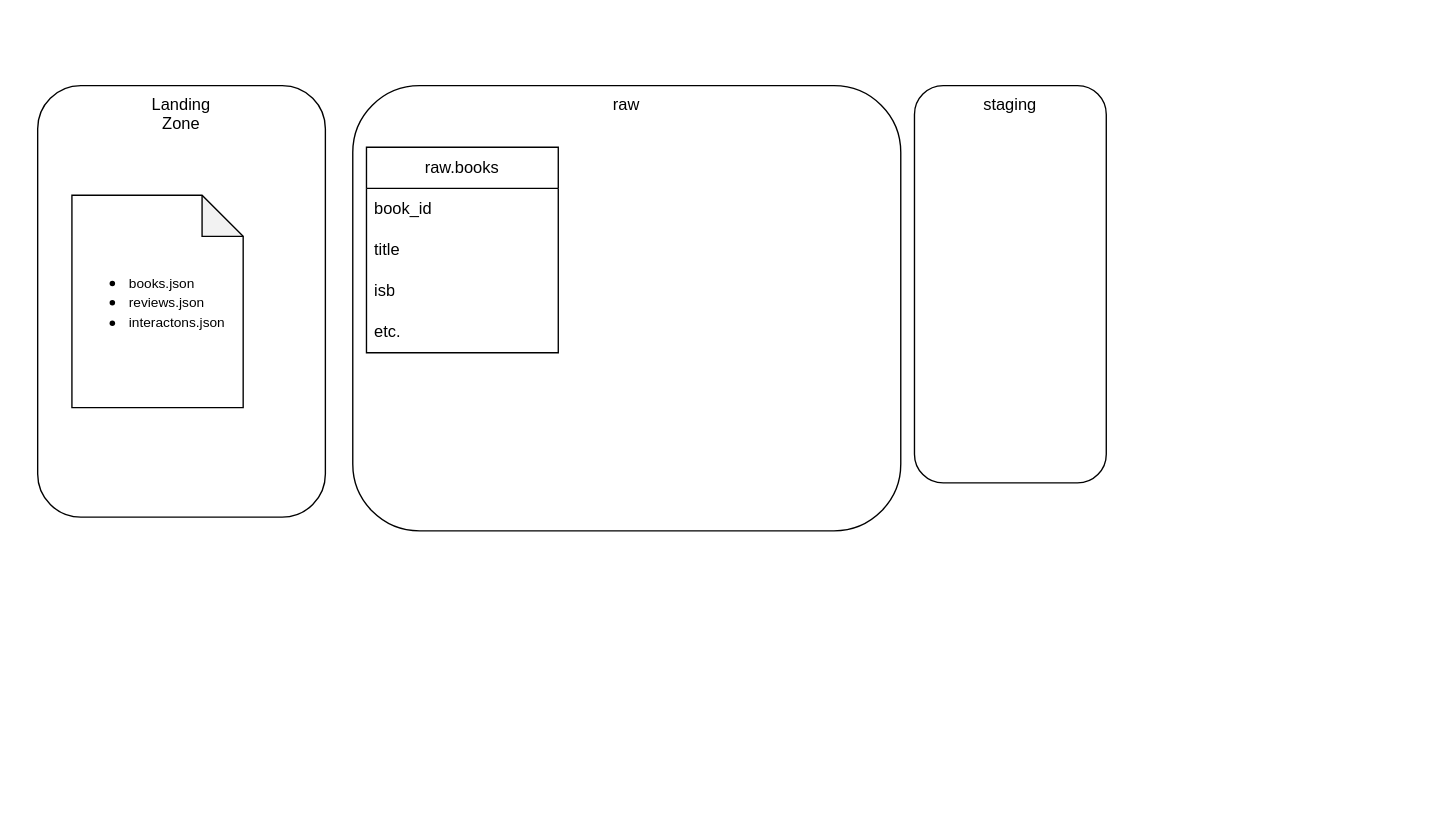
This is diagrams/architecture_duckdb.drawio from Waldchiller/duck_dwh, a draw.io file, before an edit. Source tidied: cells renumbered, new cells numbered last; positions are measured from the earlier drawing's top-left corner, leaving out a move shared by most shapes. Both pictures are drawn from the tidied source at 137%, with x=0, y=0 at pixel (37, 85). Pictures stored in the file or linked from it are replaced by grey dashed boxes.
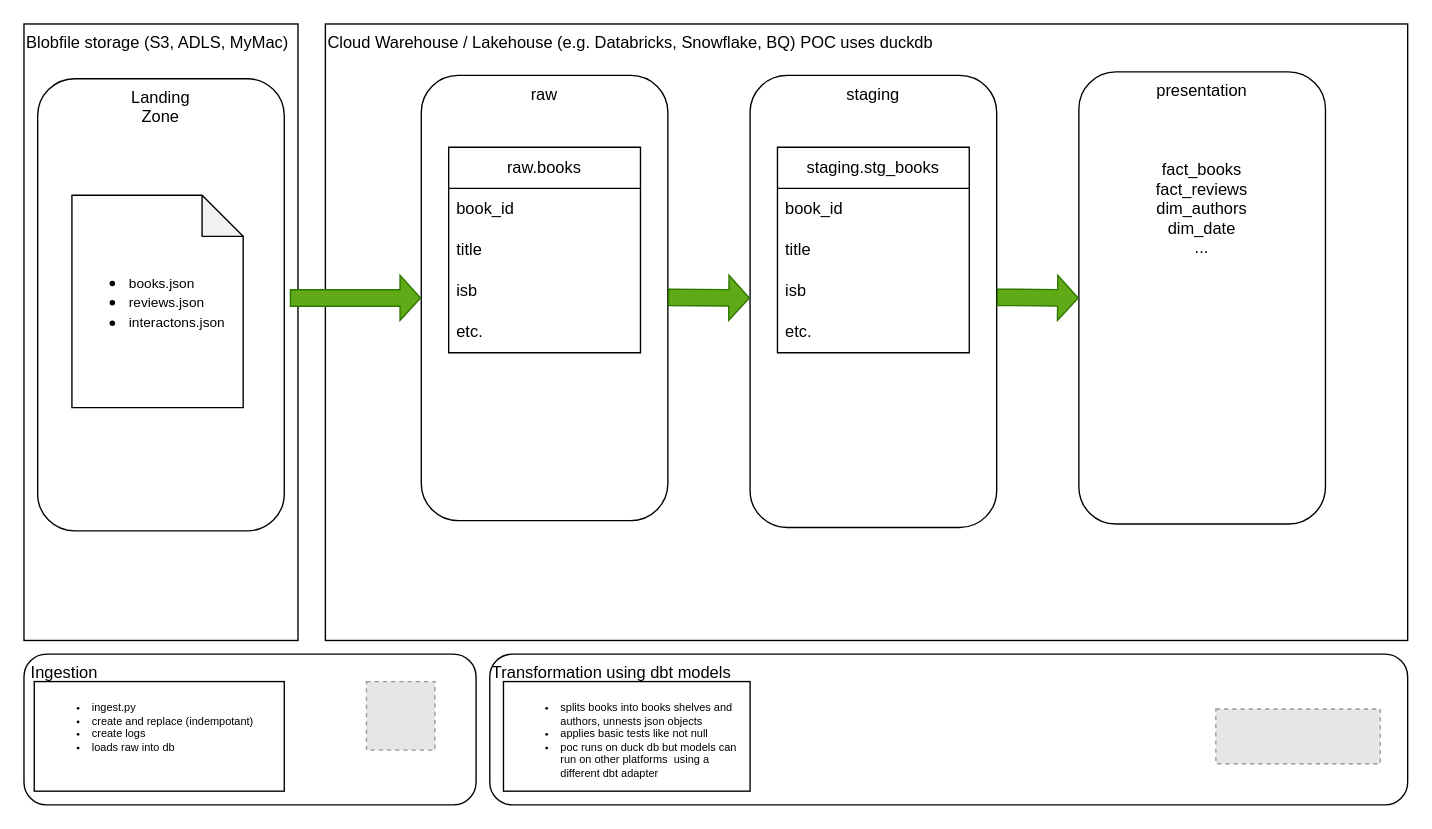
The same diagram, later.

Change to the diagram source:
```diff
@@
+    <mxCell id="11" value="Blobfile storage (S3, ADLS, MyMac)" style="rounded=0;whiteSpace=wrap;html=1;verticalAlign=top;align=left;" parent="1" vertex="1">
+      <mxGeometry x="-10" y="-45" width="200" height="450" as="geometry" />
+    </mxCell>
+    <mxCell id="12" value="Transformation using dbt models" style="rounded=1;whiteSpace=wrap;html=1;align=left;verticalAlign=top;" parent="1" vertex="1">
+      <mxGeometry x="330" y="415" width="670" height="110" as="geometry" />
+    </mxCell>
+    <mxCell id="13" value="Cloud Warehouse / Lakehouse (e.g. Databricks, Snowflake, BQ) POC uses duckdb" style="rounded=0;whiteSpace=wrap;html=1;verticalAlign=top;align=left;" parent="1" vertex="1">
+      <mxGeometry x="210" y="-45" width="790" height="450" as="geometry" />
+    </mxCell>
     <mxCell id="2" value="Landing&lt;div&gt;Zone&lt;/div&gt;" style="rounded=1;whiteSpace=wrap;html=1;verticalAlign=top;" parent="1" vertex="1">
-      <mxGeometry width="210" height="315" as="geometry" />
+      <mxGeometry y="-5" width="180" height="330" as="geometry" />
     </mxCell>
     <mxCell id="3" value="raw" style="rounded=1;whiteSpace=wrap;html=1;verticalAlign=top;" parent="1" vertex="1">
-      <mxGeometry x="230" width="400" height="325" as="geometry" />
+      <mxGeometry x="280" y="-7.5" width="180" height="325" as="geometry" />
     </mxCell>
-    <mxCell id="4" value="staging" style="rounded=1;whiteSpace=wrap;html=1;verticalAlign=top;" parent="1" vertex="1">
-      <mxGeometry x="640" width="140" height="290" as="geometry" />
-    </mxCell>
@@
     <mxCell id="6" value="raw.books" style="swimlane;fontStyle=0;horizontal=1;startSize=30;whiteSpace=wrap;html=1;" parent="1" vertex="1">
-      <mxGeometry x="240" y="45" width="140" height="150" as="geometry" />
+      <mxGeometry x="300" y="45" width="140" height="150" as="geometry" />
     </mxCell>
@@
+    <mxCell id="4" value="staging" style="rounded=1;whiteSpace=wrap;html=1;verticalAlign=top;fontStyle=0;" parent="1" vertex="1">
+      <mxGeometry x="520" y="-7.5" width="180" height="330" as="geometry" />
+    </mxCell>
+    <mxCell id="14" value="staging.stg_books" style="swimlane;fontStyle=0;horizontal=1;startSize=30;whiteSpace=wrap;html=1;" parent="1" vertex="1">
+      <mxGeometry x="540" y="45" width="140" height="150" as="geometry" />
+    </mxCell>
+    <mxCell id="15" value="book_id" style="text;strokeColor=none;fillColor=none;align=left;verticalAlign=middle;spacingLeft=4;spacingRight=4;overflow=hidden;whiteSpace=wrap;html=1;" parent="14" vertex="1">
+      <mxGeometry y="30" width="140" height="30" as="geometry" />
+    </mxCell>
+    <mxCell id="16" value="title" style="text;strokeColor=none;fillColor=none;align=left;verticalAlign=middle;spacingLeft=4;spacingRight=4;overflow=hidden;whiteSpace=wrap;html=1;" parent="14" vertex="1">
+      <mxGeometry y="60" width="140" height="30" as="geometry" />
+    </mxCell>
+    <mxCell id="17" value="isb" style="text;strokeColor=none;fillColor=none;align=left;verticalAlign=middle;spacingLeft=4;spacingRight=4;overflow=hidden;whiteSpace=wrap;html=1;" parent="14" vertex="1">
+      <mxGeometry y="90" width="140" height="30" as="geometry" />
+    </mxCell>
+    <mxCell id="18" value="etc." style="text;strokeColor=none;fillColor=none;align=left;verticalAlign=middle;spacingLeft=4;spacingRight=4;overflow=hidden;whiteSpace=wrap;html=1;" parent="14" vertex="1">
+      <mxGeometry y="120" width="140" height="30" as="geometry" />
+    </mxCell>
+    <mxCell id="19" value="presentation&lt;div&gt;&lt;br&gt;&lt;/div&gt;&lt;div&gt;&lt;br&gt;&lt;/div&gt;&lt;div&gt;&lt;br&gt;&lt;/div&gt;&lt;div&gt;fact_books&lt;/div&gt;&lt;div&gt;fact_reviews&lt;/div&gt;&lt;div&gt;dim_authors&lt;/div&gt;&lt;div&gt;dim_date&lt;/div&gt;&lt;div&gt;...&lt;/div&gt;" style="rounded=1;whiteSpace=wrap;html=1;verticalAlign=top;fontStyle=0;" parent="1" vertex="1">
+      <mxGeometry x="760" y="-10" width="180" height="330" as="geometry" />
+    </mxCell>
+    <mxCell id="20" style="fillColor=#E6E6E6;strokeColor=#999999;dashed=1;verticalLabelPosition=bottom;labelBackgroundColor=default;verticalAlign=top;" parent="1" vertex="1">
+      <mxGeometry x="860" y="455" width="120" height="40" as="geometry" />
+    </mxCell>
+    <mxCell id="21" value="&amp;nbsp;Ingestion" style="rounded=1;whiteSpace=wrap;html=1;align=left;verticalAlign=top;" parent="1" vertex="1">
+      <mxGeometry x="-10" y="415" width="330" height="110" as="geometry" />
+    </mxCell>
+    <mxCell id="22" style="fillColor=#E6E6E6;strokeColor=#999999;dashed=1;verticalLabelPosition=bottom;labelBackgroundColor=default;verticalAlign=top;" parent="1" vertex="1">
+      <mxGeometry x="240" y="435" width="50" height="50" as="geometry" />
+    </mxCell>
+    <mxCell id="23" style="shape=flexArrow;endArrow=classic;html=1;rounded=0;entryX=0;entryY=0.5;entryDx=0;entryDy=0;fillColor=#60a917;strokeColor=#2D7600;width=12;endSize=4.67;" parent="1" edge="1" target="3">
+      <mxGeometry relative="1" as="geometry">
+        <mxPoint x="184" y="155" as="sourcePoint" />
+      </mxGeometry>
+    </mxCell>
+    <mxCell id="24" style="shape=flexArrow;endArrow=classic;html=1;rounded=0;fillColor=#60a917;strokeColor=#2D7600;width=12;endSize=4.67;" parent="1" edge="1">
+      <mxGeometry relative="1" as="geometry">
+        <mxPoint x="460" y="154.5" as="sourcePoint" />
+        <mxPoint x="520" y="155" as="targetPoint" />
+      </mxGeometry>
+    </mxCell>
+    <mxCell id="25" style="shape=flexArrow;endArrow=classic;html=1;rounded=0;fillColor=#60a917;strokeColor=#2D7600;width=12;endSize=4.67;" parent="1" edge="1">
+      <mxGeometry relative="1" as="geometry">
+        <mxPoint x="700" y="154.5" as="sourcePoint" />
+        <mxPoint x="760" y="155" as="targetPoint" />
+      </mxGeometry>
+    </mxCell>
+    <mxCell id="26" value="&lt;ul&gt;&lt;li&gt;&lt;span&gt;ingest.py&lt;/span&gt;&lt;br&gt;&lt;/li&gt;&lt;li&gt;&lt;span&gt;create and replace (indempotant)&lt;/span&gt;&lt;br&gt;&lt;/li&gt;&lt;li&gt;&lt;span&gt;create logs&lt;/span&gt;&lt;br&gt;&lt;/li&gt;&lt;li&gt;&lt;span&gt;loads raw into db&lt;/span&gt;&lt;/li&gt;&lt;/ul&gt;" style="rounded=0;whiteSpace=wrap;html=1;verticalAlign=top;align=left;fontSize=8;" parent="1" vertex="1">
+      <mxGeometry x="-2.5" y="435" width="182.5" height="80" as="geometry" />
+    </mxCell>
+    <mxCell id="27" value="&lt;ul&gt;&lt;li&gt;splits books into books shelves and authors, unnests json objects&lt;/li&gt;&lt;li&gt;applies basic tests like not null&lt;/li&gt;&lt;li&gt;poc runs on duck db but models can run on other platforms &amp;nbsp;using a different dbt adapter&lt;/li&gt;&lt;/ul&gt;" style="rounded=0;whiteSpace=wrap;html=1;verticalAlign=top;align=left;fontSize=8;" parent="1" vertex="1">
+      <mxGeometry x="340" y="435" width="180" height="80" as="geometry" />
+    </mxCell>
```
